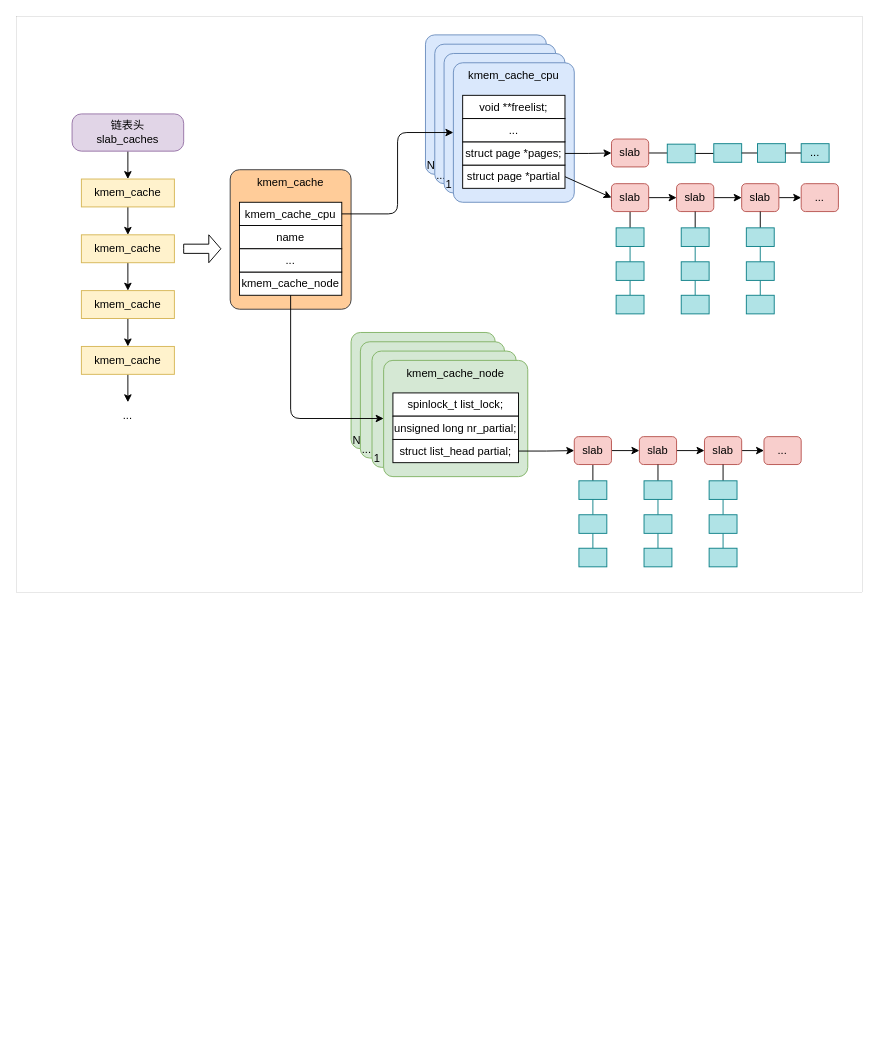
Before: page "slub分配器" (3 of 3) of linux-memory-manage.drawio in Aspiresky/draw.io, a draw.io diagram. Source tidied: cells renumbered, new cells numbered last; positions are measured from the earlier drawing's top-left corner, leaving out a move shared by most shapes. Both pictures are drawn from the tidied source at 93%, with x=0, y=0 at pixel (16, 16).
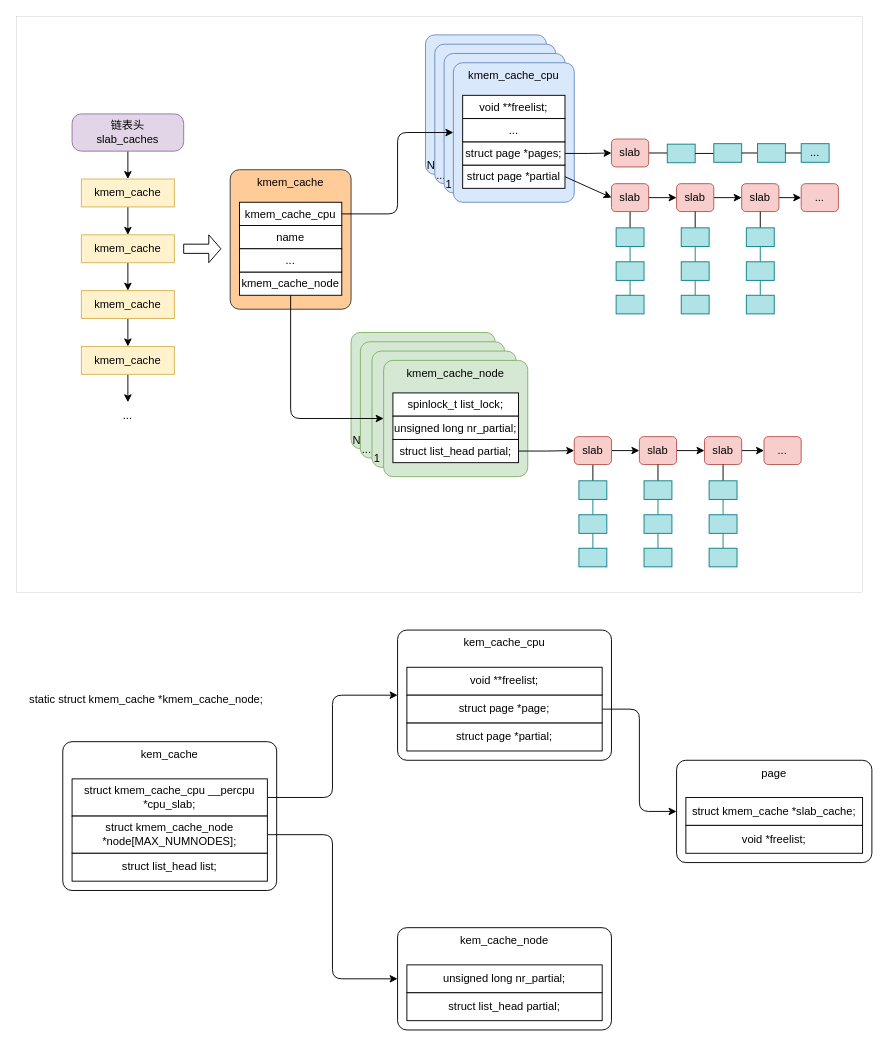
After the change.

What changed in the source:
```diff
@@
+    <mxCell id="99" value="kem_cache" style="rounded=1;whiteSpace=wrap;html=1;verticalAlign=top;absoluteArcSize=1;" parent="1" vertex="1">
+      <mxGeometry x="50" y="780" width="230" height="160" as="geometry" />
+    </mxCell>
+    <mxCell id="100" style="edgeStyle=orthogonalEdgeStyle;rounded=1;jettySize=auto;html=1;exitX=1;exitY=0.5;exitDx=0;exitDy=0;entryX=0;entryY=0.5;entryDx=0;entryDy=0;curved=0;" parent="1" edge="1" source="101" target="105">
+      <mxGeometry relative="1" as="geometry" />
+    </mxCell>
+    <mxCell id="101" value="struct kmem_cache_cpu __percpu *cpu_slab;" style="rounded=0;whiteSpace=wrap;html=1;" parent="1" vertex="1">
+      <mxGeometry x="60" y="820" width="210" height="40" as="geometry" />
+    </mxCell>
+    <mxCell id="102" style="edgeStyle=orthogonalEdgeStyle;rounded=1;jettySize=auto;html=1;exitX=1;exitY=0.5;exitDx=0;exitDy=0;entryX=0;entryY=0.5;entryDx=0;entryDy=0;curved=0;" parent="1" edge="1" source="103" target="109">
+      <mxGeometry relative="1" as="geometry" />
+    </mxCell>
+    <mxCell id="103" value="struct kmem_cache_node *node[MAX_NUMNODES];" style="rounded=0;whiteSpace=wrap;html=1;" parent="1" vertex="1">
+      <mxGeometry x="60" y="860" width="210" height="40" as="geometry" />
+    </mxCell>
+    <mxCell id="104" value="static struct kmem_cache *kmem_cache_node;" style="text;html=1;strokeColor=none;fillColor=none;align=center;verticalAlign=middle;whiteSpace=wrap;rounded=0;" parent="1" vertex="1">
+      <mxGeometry y="720" width="280" height="30" as="geometry" />
+    </mxCell>
+    <mxCell id="105" value="kem_cache_cpu" style="rounded=1;whiteSpace=wrap;html=1;verticalAlign=top;absoluteArcSize=1;" parent="1" vertex="1">
+      <mxGeometry x="410" y="660" width="230" height="140" as="geometry" />
+    </mxCell>
+    <mxCell id="106" value="void **freelist;" style="rounded=0;whiteSpace=wrap;html=1;" parent="1" vertex="1">
+      <mxGeometry x="420" y="700" width="210" height="30" as="geometry" />
+    </mxCell>
+    <mxCell id="107" style="edgeStyle=orthogonalEdgeStyle;rounded=1;jettySize=auto;html=1;exitX=1;exitY=0.5;exitDx=0;exitDy=0;entryX=0;entryY=0.5;entryDx=0;entryDy=0;curved=0;" parent="1" edge="1" source="108" target="114">
+      <mxGeometry relative="1" as="geometry" />
+    </mxCell>
+    <mxCell id="108" value="struct page *page;" style="rounded=0;whiteSpace=wrap;html=1;" parent="1" vertex="1">
+      <mxGeometry x="420" y="730" width="210" height="30" as="geometry" />
+    </mxCell>
+    <mxCell id="109" value="kem_cache_node" style="rounded=1;whiteSpace=wrap;html=1;verticalAlign=top;absoluteArcSize=1;" parent="1" vertex="1">
+      <mxGeometry x="410" y="980" width="230" height="110" as="geometry" />
+    </mxCell>
+    <mxCell id="110" value="unsigned long nr_partial;" style="rounded=0;whiteSpace=wrap;html=1;" parent="1" vertex="1">
+      <mxGeometry x="420" y="1020" width="210" height="30" as="geometry" />
+    </mxCell>
+    <mxCell id="111" value="struct list_head partial;" style="rounded=0;whiteSpace=wrap;html=1;" parent="1" vertex="1">
+      <mxGeometry x="420" y="1050" width="210" height="30" as="geometry" />
+    </mxCell>
+    <mxCell id="112" value="struct list_head list;" style="rounded=0;whiteSpace=wrap;html=1;" parent="1" vertex="1">
+      <mxGeometry x="60" y="900" width="210" height="30" as="geometry" />
+    </mxCell>
+    <mxCell id="113" value="struct page *partial;" style="rounded=0;whiteSpace=wrap;html=1;" parent="1" vertex="1">
+      <mxGeometry x="420" y="760" width="210" height="30" as="geometry" />
+    </mxCell>
+    <mxCell id="114" value="page" style="rounded=1;whiteSpace=wrap;html=1;verticalAlign=top;absoluteArcSize=1;" parent="1" vertex="1">
+      <mxGeometry x="710" y="800" width="210" height="110" as="geometry" />
+    </mxCell>
+    <mxCell id="115" value="struct kmem_cache *slab_cache;" style="rounded=0;whiteSpace=wrap;html=1;" parent="1" vertex="1">
+      <mxGeometry x="720" y="840" width="190" height="30" as="geometry" />
+    </mxCell>
+    <mxCell id="116" value="void *freelist;" style="rounded=0;whiteSpace=wrap;html=1;" parent="1" vertex="1">
+      <mxGeometry x="720" y="870" width="190" height="30" as="geometry" />
+    </mxCell>
```
